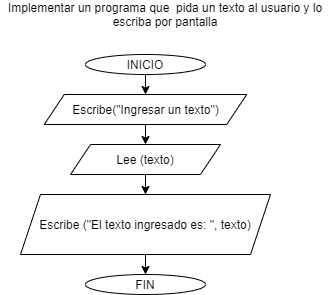
Before: Fundamentos de programación/Ejercicio1.png, a diagram exported from draw.io (Xfirepc/FisicaParaInfo). Source tidied: cells renumbered, new cells last; positions are measured from the earlier drawing's top-left corner, leaving out a move shared by most shapes. Source of this version:
```xml
<mxGraphModel>
  <root>
    <mxCell id="0" />
    <mxCell id="1" parent="0" />
    <mxCell id="2" value="INICIO" style="ellipse;whiteSpace=wrap;html=1;" parent="1" vertex="1">
      <mxGeometry x="85" y="50" width="120" height="20" as="geometry" />
    </mxCell>
    <mxCell id="3" value="Implementar un programa que&amp;nbsp; pida un texto al usuario y lo escriba por pantalla" style="text;html=1;strokeColor=none;fillColor=none;align=center;verticalAlign=middle;whiteSpace=wrap;rounded=0;" parent="1" vertex="1">
      <mxGeometry width="330" height="20" as="geometry" />
    </mxCell>
    <mxCell id="4" value="Lee (texto)" style="shape=parallelogram;perimeter=parallelogramPerimeter;whiteSpace=wrap;html=1;fixedSize=1;" parent="1" vertex="1">
      <mxGeometry x="70" y="140" width="150" height="30" as="geometry" />
    </mxCell>
    <mxCell id="5" value="Escribe(&quot;Ingresar un texto&quot;)" style="shape=parallelogram;perimeter=parallelogramPerimeter;whiteSpace=wrap;html=1;fixedSize=1;" parent="1" vertex="1">
      <mxGeometry x="43.8" y="90" width="202.5" height="30" as="geometry" />
    </mxCell>
    <mxCell id="6" value="Escribe (&quot;El texto ingresado es: &quot;, texto)" style="shape=parallelogram;perimeter=parallelogramPerimeter;whiteSpace=wrap;html=1;fixedSize=1;" parent="1" vertex="1">
      <mxGeometry x="20" y="190" width="250" height="60" as="geometry" />
    </mxCell>
    <mxCell id="7" value="FIN" style="ellipse;whiteSpace=wrap;html=1;" parent="1" vertex="1">
      <mxGeometry x="85" y="270" width="120" height="20" as="geometry" />
    </mxCell>
    <mxCell id="8" style="endArrow=classic;html=1;exitX=0.5;exitY=1;exitDx=0;exitDy=0;" parent="1" edge="1" source="2" target="5">
      <mxGeometry relative="1" as="geometry" />
    </mxCell>
    <mxCell id="9" style="endArrow=classic;html=1;exitX=0.5;exitY=1;exitDx=0;exitDy=0;entryX=0.5;entryY=0;entryDx=0;entryDy=0;" parent="1" edge="1" source="5" target="4">
      <mxGeometry relative="1" as="geometry" />
    </mxCell>
    <mxCell id="10" style="endArrow=classic;html=1;exitX=0.5;exitY=1;exitDx=0;exitDy=0;" parent="1" edge="1" source="4" target="6">
      <mxGeometry relative="1" as="geometry" />
    </mxCell>
    <mxCell id="11" style="endArrow=classic;html=1;exitX=0.5;exitY=1;exitDx=0;exitDy=0;entryX=0.5;entryY=0;entryDx=0;entryDy=0;" parent="1" edge="1" source="6" target="7">
      <mxGeometry relative="1" as="geometry" />
    </mxCell>
  </root>
</mxGraphModel>
```
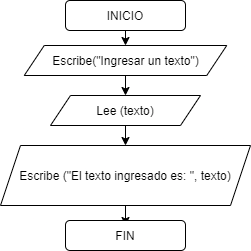
Above is the later version.

Diff of the diagram source:
```diff
@@ -2,12 +2,6 @@
   <root>
     <mxCell id="0" />
     <mxCell id="1" parent="0" />
-    <mxCell id="2" value="INICIO" style="ellipse;whiteSpace=wrap;html=1;" parent="1" vertex="1">
-      <mxGeometry x="85" y="50" width="120" height="20" as="geometry" />
-    </mxCell>
-    <mxCell id="3" value="Implementar un programa que&amp;nbsp; pida un texto al usuario y lo escriba por pantalla" style="text;html=1;strokeColor=none;fillColor=none;align=center;verticalAlign=middle;whiteSpace=wrap;rounded=0;" parent="1" vertex="1">
-      <mxGeometry width="330" height="20" as="geometry" />
-    </mxCell>
     <mxCell id="4" value="Lee (texto)" style="shape=parallelogram;perimeter=parallelogramPerimeter;whiteSpace=wrap;html=1;fixedSize=1;" parent="1" vertex="1">
       <mxGeometry x="70" y="140" width="150" height="30" as="geometry" />
     </mxCell>
@@ -17,20 +11,27 @@
     <mxCell id="6" value="Escribe (&quot;El texto ingresado es: &quot;, texto)" style="shape=parallelogram;perimeter=parallelogramPerimeter;whiteSpace=wrap;html=1;fixedSize=1;" parent="1" vertex="1">
       <mxGeometry x="20" y="190" width="250" height="60" as="geometry" />
     </mxCell>
-    <mxCell id="7" value="FIN" style="ellipse;whiteSpace=wrap;html=1;" parent="1" vertex="1">
-      <mxGeometry x="85" y="270" width="120" height="20" as="geometry" />
-    </mxCell>
-    <mxCell id="8" style="endArrow=classic;html=1;exitX=0.5;exitY=1;exitDx=0;exitDy=0;" parent="1" edge="1" source="2" target="5">
-      <mxGeometry relative="1" as="geometry" />
-    </mxCell>
+    <mxCell id="12" style="endArrow=classic;html=1;exitX=0.5;exitY=1;exitDx=0;exitDy=0;" parent="1" edge="1" target="5">
+      <mxGeometry relative="1" as="geometry">
+        <mxPoint x="145" y="70" as="sourcePoint" />
+      </mxGeometry>
+    </mxCell>
     <mxCell id="9" style="endArrow=classic;html=1;exitX=0.5;exitY=1;exitDx=0;exitDy=0;entryX=0.5;entryY=0;entryDx=0;entryDy=0;" parent="1" edge="1" source="5" target="4">
       <mxGeometry relative="1" as="geometry" />
     </mxCell>
     <mxCell id="10" style="endArrow=classic;html=1;exitX=0.5;exitY=1;exitDx=0;exitDy=0;" parent="1" edge="1" source="4" target="6">
       <mxGeometry relative="1" as="geometry" />
     </mxCell>
-    <mxCell id="11" style="endArrow=classic;html=1;exitX=0.5;exitY=1;exitDx=0;exitDy=0;entryX=0.5;entryY=0;entryDx=0;entryDy=0;" parent="1" edge="1" source="6" target="7">
-      <mxGeometry relative="1" as="geometry" />
-    </mxCell>
+    <mxCell id="13" style="endArrow=classic;html=1;exitX=0.5;exitY=1;exitDx=0;exitDy=0;entryX=0.5;entryY=0;entryDx=0;entryDy=0;" parent="1" edge="1" source="6">
+      <mxGeometry relative="1" as="geometry">
+        <mxPoint x="145" y="270" as="targetPoint" />
+      </mxGeometry>
+    </mxCell>
+    <mxCell id="7" value="FIN" style="rounded=1;whiteSpace=wrap;html=1;" parent="1" vertex="1">
+      <mxGeometry x="85" y="265" width="120" height="30" as="geometry" />
+    </mxCell>
+    <mxCell id="2" value="INICIO" style="rounded=1;whiteSpace=wrap;html=1;" parent="1" vertex="1">
+      <mxGeometry x="85" y="45" width="120" height="30" as="geometry" />
+    </mxCell>
   </root>
 </mxGraphModel>
```
